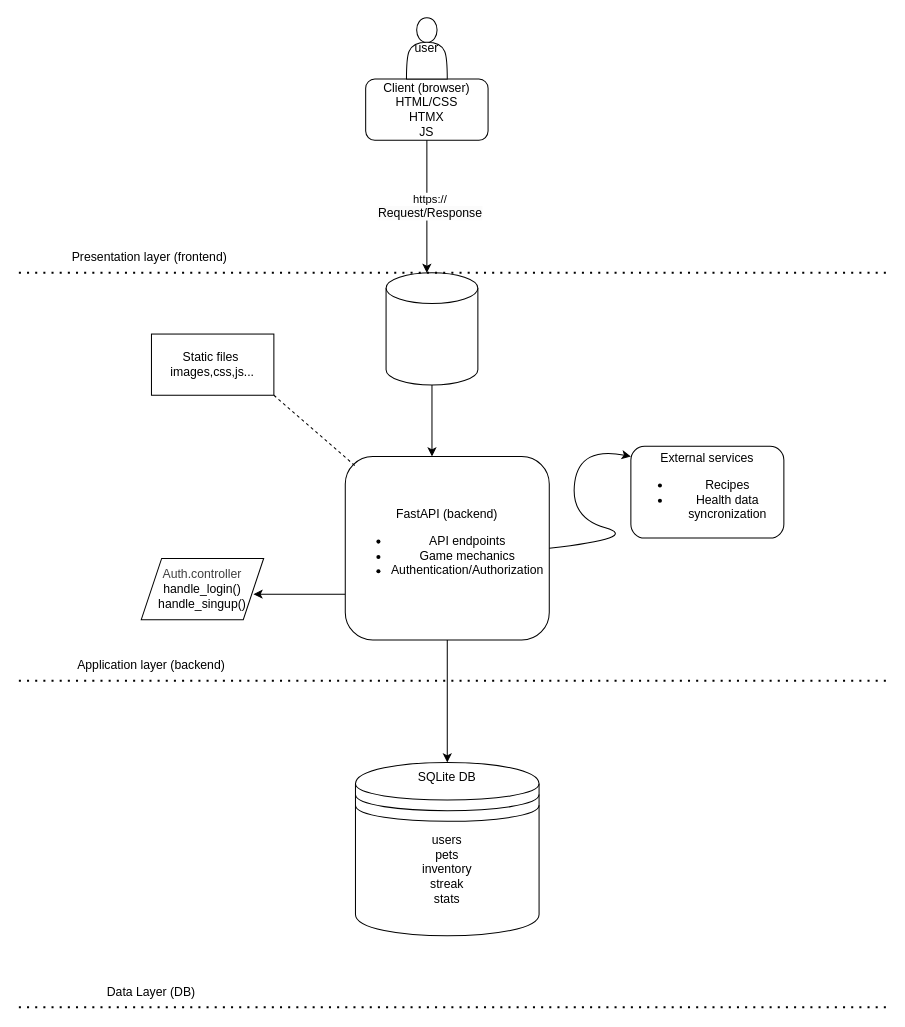
Above: docs/diagrams/architecture.drawio in MaksIMMum/TamagochiFit (draw.io), before the change. Source tidied: cells renumbered, new cells numbered last; positions are measured from the earlier drawing's top-left corner, leaving out a move shared by most shapes. Both pictures are drawn from the tidied source at 102%, with x=0, y=0 at pixel (18, 17).
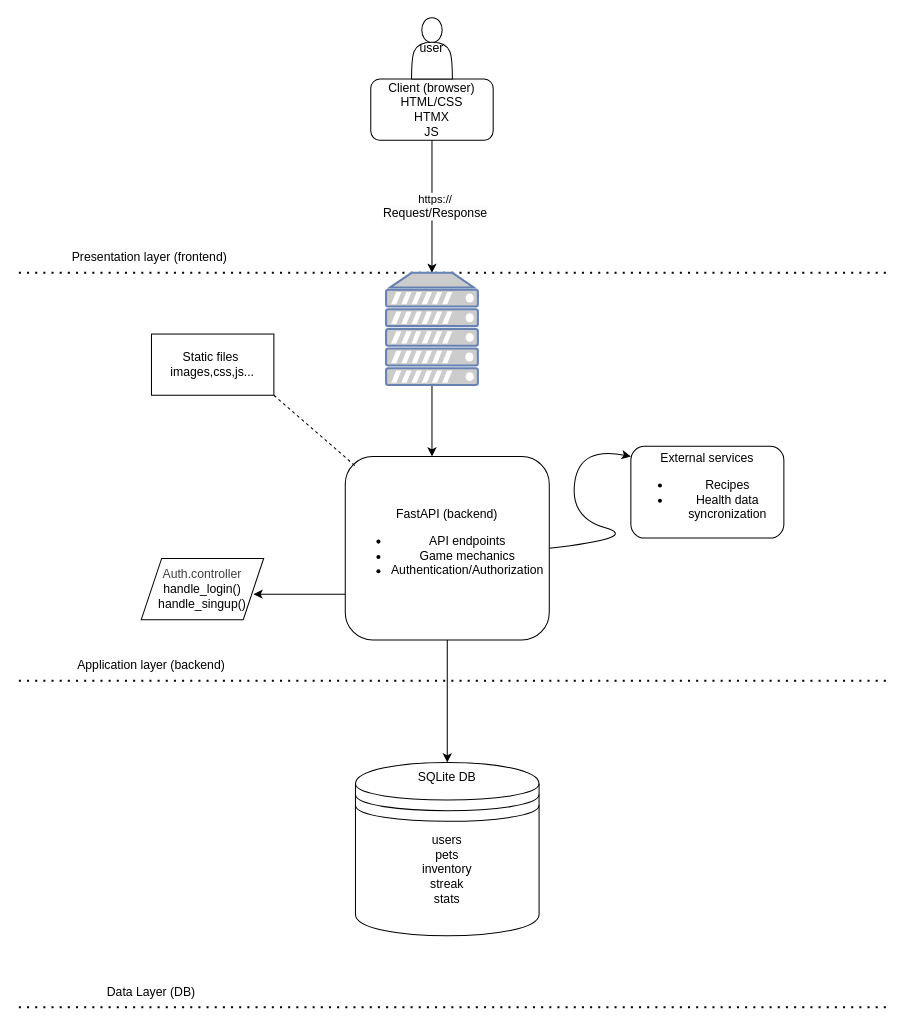
The same diagram, later.

What changed in the source:
```diff
@@
     <mxCell id="2" value="Client (browser)&lt;br&gt;HTML/CSS&lt;br&gt;HTMX&lt;br&gt;JS" style="rounded=1;whiteSpace=wrap;html=1;" parent="1" vertex="1">
-      <mxGeometry x="340" y="60" width="120" height="60" as="geometry" />
+      <mxGeometry x="345" y="60" width="120" height="60" as="geometry" />
     </mxCell>
     <mxCell id="3" value="user" style="shape=actor;whiteSpace=wrap;html=1;" parent="1" vertex="1">
-      <mxGeometry x="380" width="40" height="60" as="geometry" />
+      <mxGeometry x="385" width="40" height="60" as="geometry" />
     </mxCell>
     <mxCell id="4" style="endArrow=classic;html=1;exitX=0.5;exitY=1;exitDx=0;exitDy=0;" parent="1" edge="1" source="2">
       <mxGeometry relative="1" as="geometry">
-        <mxPoint x="400" y="250" as="targetPoint" />
+        <mxPoint x="405" y="250" as="targetPoint" />
       </mxGeometry>
     </mxCell>
@@
-    <mxCell id="6" style="edgeStyle=none;html=1;" parent="1" edge="1" source="7">
+    <mxCell id="6" style="edgeStyle=none;html=1;" parent="1" edge="1">
       <mxGeometry relative="1" as="geometry">
+        <mxPoint x="405" y="360" as="sourcePoint" />
         <mxPoint x="405" y="430" as="targetPoint" />
       </mxGeometry>
     </mxCell>
-    <mxCell id="7" style="shape=cylinder3;whiteSpace=wrap;html=1;boundedLbl=1;backgroundOutline=1;size=15;" parent="1" vertex="1">
-      <mxGeometry x="360" y="250" width="90" height="110" as="geometry" />
-    </mxCell>
@@
+    <mxCell id="24" style="fontColor=#0066CC;verticalAlign=top;verticalLabelPosition=bottom;labelPosition=center;align=center;html=1;fillColor=#CCCCCC;strokeColor=#6881B3;gradientColor=none;gradientDirection=north;strokeWidth=2;shape=mxgraph.networks.server;" parent="1" vertex="1">
+      <mxGeometry x="360" y="250" width="90" height="110" as="geometry" />
+    </mxCell>
```
